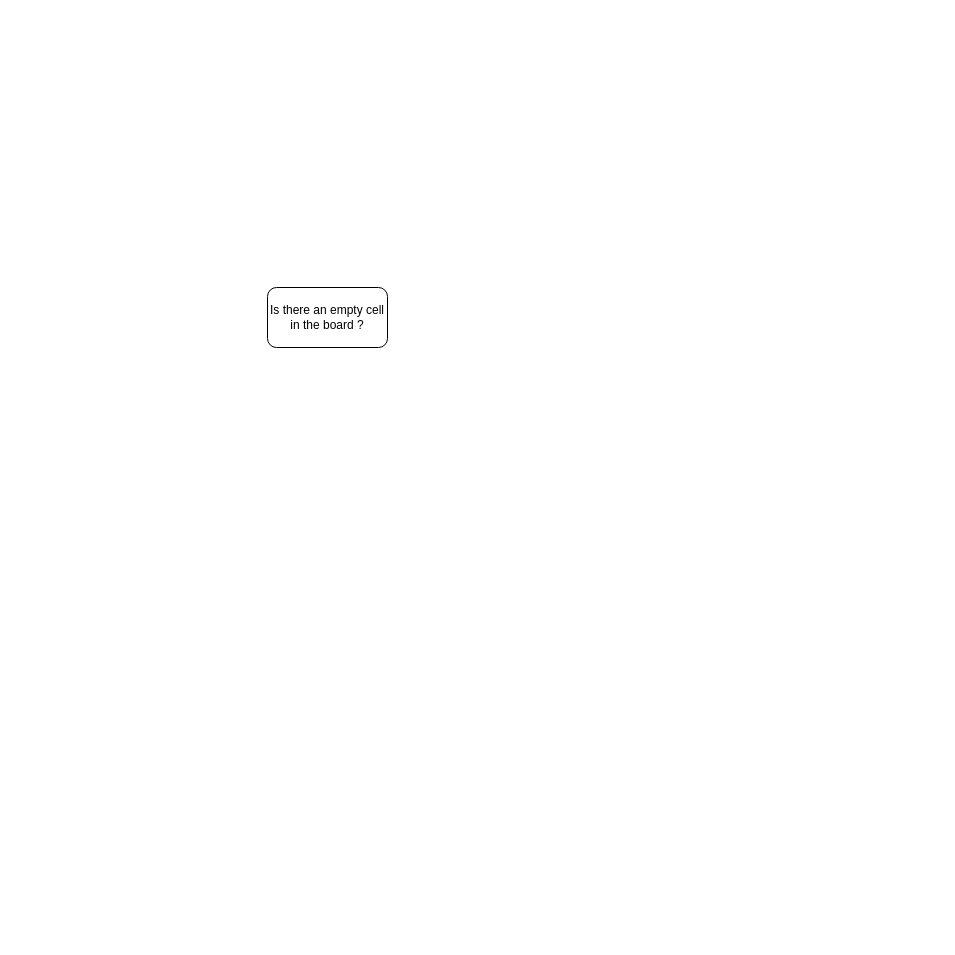
The draw.io diagram 未命名绘图.drawio in MiWaishi/sudoku, before the edit. Source tidied: cells renumbered, new cells numbered last; positions are measured from the earlier drawing's top-left corner, leaving out a move shared by most shapes. Both pictures are drawn from the tidied source at 100%, with x=0, y=0 at pixel (267, 287).
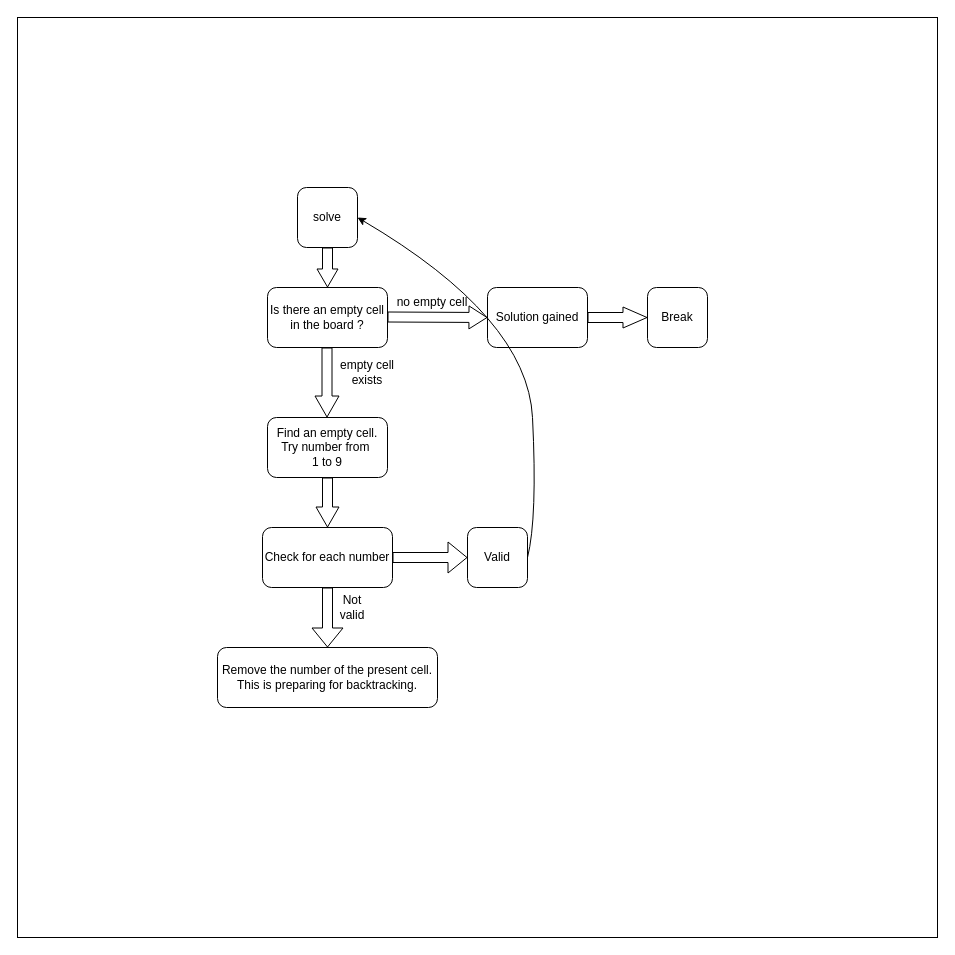
After the change.

Commit message:
更新未命名绘图.drawio

The change refers to these unchanged cells:
```xml
<mxCell id="2" value="Is there an empty cell in the board ?" style="rounded=1;whiteSpace=wrap;html=1;" parent="1" vertex="1">
  <mxGeometry width="120" height="60" as="geometry" />
</mxCell>
```

The edit, as a diff of the source:
```diff
@@
-<mxGraphModel>
+<mxGraphModel background="#FFFFFF">
@@
+    <mxCell id="3" style="whiteSpace=wrap;html=1;" parent="1" vertex="1">
+      <mxGeometry x="-250" y="-270" width="920" height="920" as="geometry" />
+    </mxCell>
+    <mxCell id="4" value="Find an empty cell.&lt;div&gt;Try number from&amp;nbsp;&lt;/div&gt;&lt;div&gt;1 to 9&lt;/div&gt;" style="rounded=1;whiteSpace=wrap;html=1;" parent="1" vertex="1">
+      <mxGeometry y="130" width="120" height="60" as="geometry" />
+    </mxCell>
@@
+    <mxCell id="5" style="shape=flexArrow;endArrow=classic;html=1;rounded=0;endWidth=12;endSize=5.68;" parent="1" edge="1">
+      <mxGeometry relative="1" as="geometry">
+        <mxPoint x="120" y="29.5" as="sourcePoint" />
+        <mxPoint x="220" y="30" as="targetPoint" />
+      </mxGeometry>
+    </mxCell>
+    <mxCell id="6" value="no empty cell" style="text;html=1;align=center;verticalAlign=middle;whiteSpace=wrap;rounded=0;" parent="1" vertex="1">
+      <mxGeometry x="120" width="90" height="30" as="geometry" />
+    </mxCell>
+    <mxCell id="7" value="Solution gained" style="rounded=1;whiteSpace=wrap;html=1;" parent="1" vertex="1">
+      <mxGeometry x="220" width="100" height="60" as="geometry" />
+    </mxCell>
+    <mxCell id="8" style="shape=flexArrow;endArrow=classic;html=1;rounded=0;endWidth=10;endSize=7.67;" parent="1" edge="1">
+      <mxGeometry relative="1" as="geometry">
+        <mxPoint x="320" y="30" as="sourcePoint" />
+        <mxPoint x="380" y="30" as="targetPoint" />
+      </mxGeometry>
+    </mxCell>
+    <mxCell id="9" value="Break" style="rounded=1;whiteSpace=wrap;html=1;" parent="1" vertex="1">
+      <mxGeometry x="380" width="60" height="60" as="geometry" />
+    </mxCell>
+    <mxCell id="10" style="shape=flexArrow;endArrow=classic;html=1;rounded=0;entryX=0.417;entryY=0;entryDx=0;entryDy=0;entryPerimeter=0;endWidth=13;endSize=6.66;" parent="1" edge="1">
+      <mxGeometry relative="1" as="geometry">
+        <mxPoint x="59.5" y="60" as="sourcePoint" />
+        <mxPoint x="59.5" y="130" as="targetPoint" />
+      </mxGeometry>
+    </mxCell>
+    <mxCell id="11" value="empty cell exists" style="text;html=1;align=center;verticalAlign=middle;whiteSpace=wrap;rounded=0;" parent="1" vertex="1">
+      <mxGeometry x="70" y="70" width="60" height="30" as="geometry" />
+    </mxCell>
+    <mxCell id="12" value="Check for each number" style="rounded=1;whiteSpace=wrap;html=1;" parent="1" vertex="1">
+      <mxGeometry x="-5" y="240" width="130" height="60" as="geometry" />
+    </mxCell>
+    <mxCell id="13" style="shape=flexArrow;endArrow=classic;html=1;rounded=0;exitX=0.5;exitY=1;exitDx=0;exitDy=0;entryX=0.5;entryY=0;entryDx=0;entryDy=0;endWidth=12;endSize=6.33;" parent="1" edge="1" source="4" target="12">
+      <mxGeometry relative="1" as="geometry" />
+    </mxCell>
+    <mxCell id="14" style="shape=flexArrow;endArrow=classic;html=1;rounded=0;exitX=1;exitY=0.5;exitDx=0;exitDy=0;" parent="1" edge="1" source="12">
+      <mxGeometry relative="1" as="geometry">
+        <mxPoint x="200" y="270" as="targetPoint" />
+      </mxGeometry>
+    </mxCell>
+    <mxCell id="15" value="Valid" style="rounded=1;whiteSpace=wrap;html=1;" parent="1" vertex="1">
+      <mxGeometry x="200" y="240" width="60" height="60" as="geometry" />
+    </mxCell>
+    <mxCell id="16" value="solve" style="rounded=1;whiteSpace=wrap;html=1;" parent="1" vertex="1">
+      <mxGeometry x="30" y="-100" width="60" height="60" as="geometry" />
+    </mxCell>
+    <mxCell id="17" style="shape=flexArrow;endArrow=classic;html=1;rounded=0;exitX=0.5;exitY=1;exitDx=0;exitDy=0;entryX=0.5;entryY=0;entryDx=0;entryDy=0;endWidth=10;endSize=5.67;" parent="1" edge="1" source="16" target="2">
+      <mxGeometry relative="1" as="geometry" />
+    </mxCell>
+    <mxCell id="18" style="curved=1;endArrow=classic;html=1;rounded=0;entryX=1;entryY=0.5;entryDx=0;entryDy=0;exitX=1;exitY=0.5;exitDx=0;exitDy=0;" parent="1" edge="1" source="15" target="16">
+      <mxGeometry relative="1" as="geometry">
+        <Array as="points">
+          <mxPoint x="270" y="230" />
+          <mxPoint x="260" y="30" />
+        </Array>
+      </mxGeometry>
+    </mxCell>
+    <mxCell id="19" value="Remove the number of the present cell.&lt;div&gt;This is preparing for backtracking.&lt;/div&gt;" style="rounded=1;whiteSpace=wrap;html=1;" parent="1" vertex="1">
+      <mxGeometry x="-50" y="360" width="220" height="60" as="geometry" />
+    </mxCell>
+    <mxCell id="20" style="shape=flexArrow;endArrow=classic;html=1;rounded=0;" parent="1" edge="1" source="12" target="19">
+      <mxGeometry relative="1" as="geometry" />
+    </mxCell>
+    <mxCell id="21" value="Not valid" style="text;html=1;align=center;verticalAlign=middle;whiteSpace=wrap;rounded=0;" parent="1" vertex="1">
+      <mxGeometry x="70" y="280" width="30" height="80" as="geometry" />
+    </mxCell>
```
